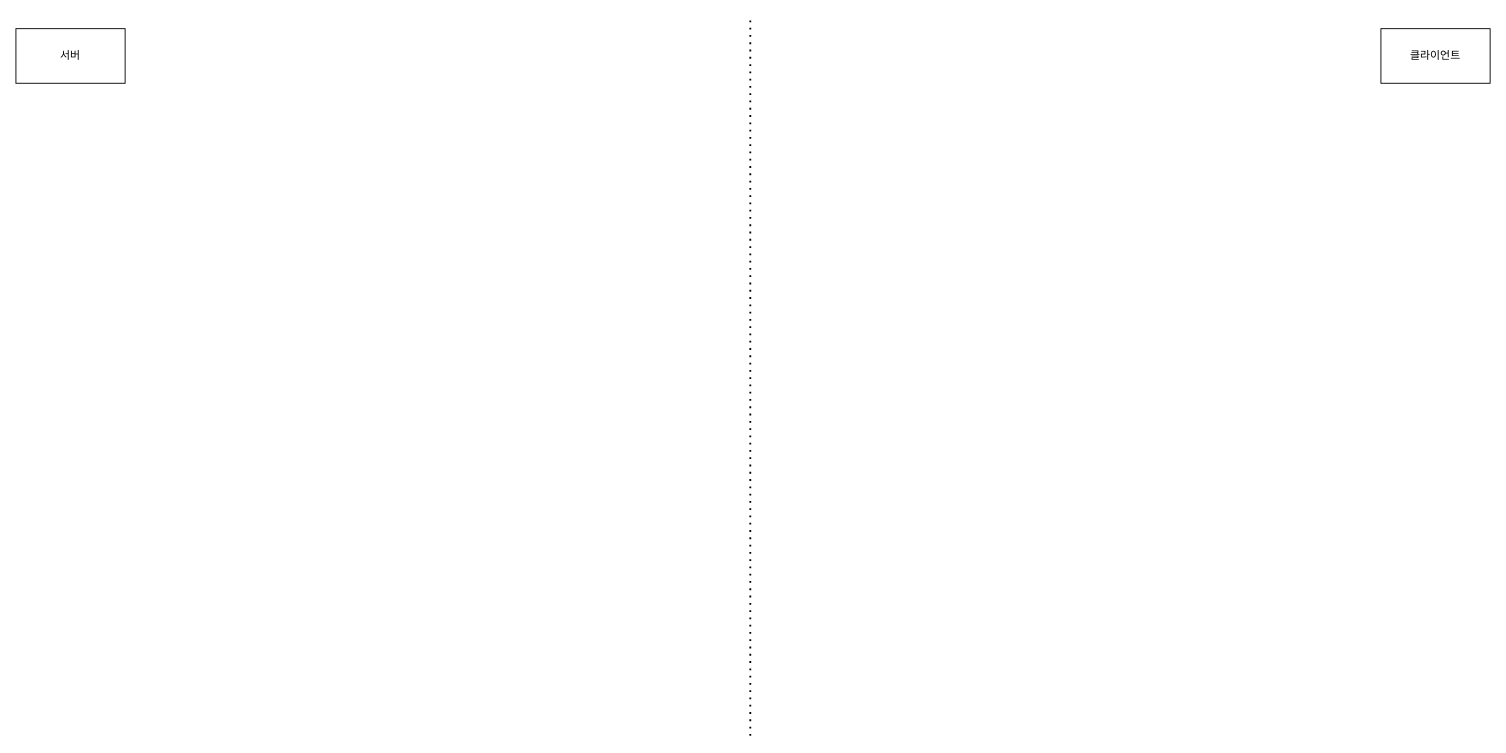
Above: Untitled Diagram.drawio in riulwoo/playyard (draw.io), before the change. Source tidied: cells renumbered, new cells numbered last; positions are measured from the earlier drawing's top-left corner, leaving out a move shared by most shapes. Both pictures are drawn from the tidied source at 91%, with x=0, y=0 at pixel (15, 16).
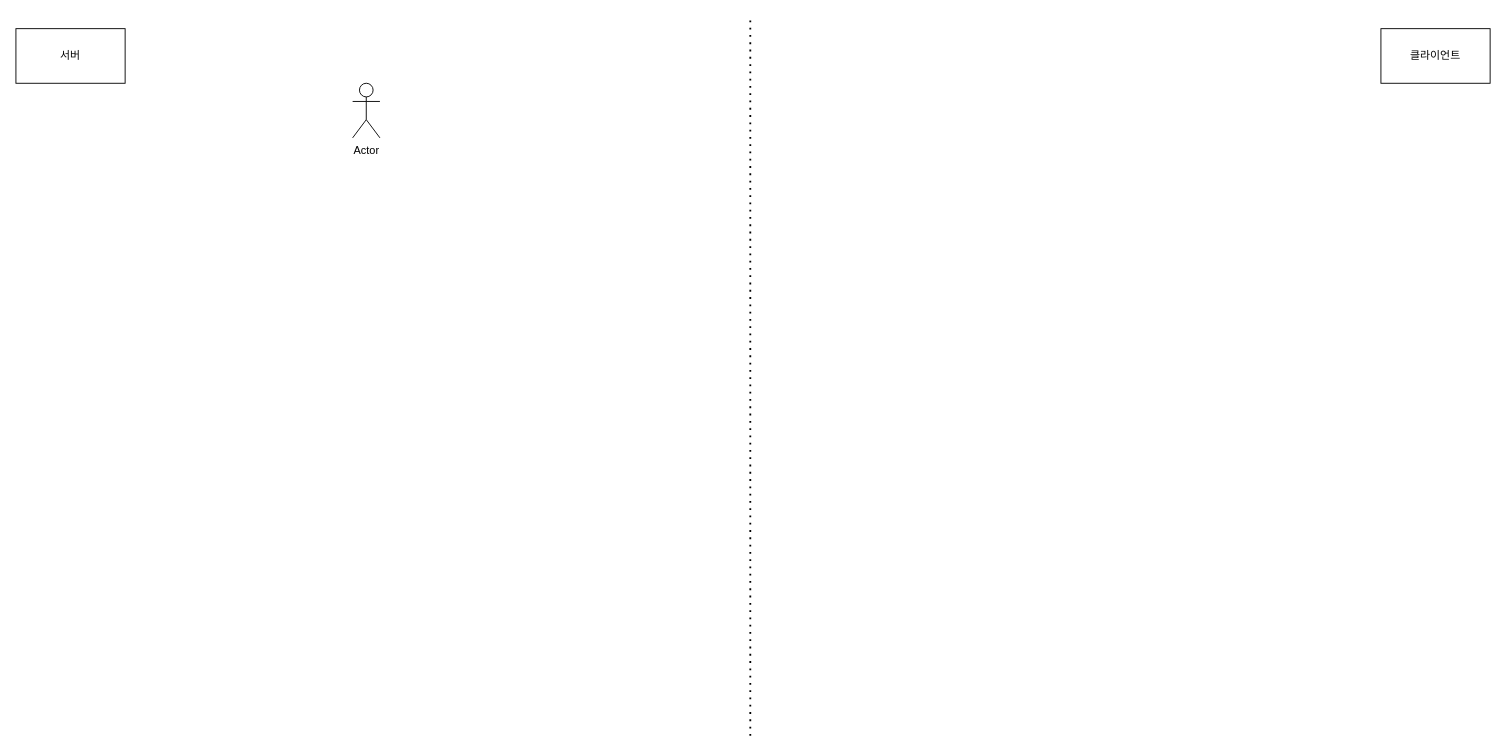
The same diagram, later.

Diff of the diagram source:
```diff
@@
 <mxGraphModel>
   <root>
     <mxCell id="0" />
     <mxCell id="1" parent="0" />
     <mxCell id="2" value="서버" style="rounded=0;whiteSpace=wrap;html=1;" parent="1" vertex="1">
       <mxGeometry y="13" width="120" height="60" as="geometry" />
     </mxCell>
     <mxCell id="3" value="클라이언트" style="rounded=0;whiteSpace=wrap;html=1;" parent="1" vertex="1">
       <mxGeometry x="1500" y="13" width="120" height="60" as="geometry" />
     </mxCell>
     <mxCell id="4" style="endArrow=none;dashed=1;html=1;dashPattern=1 3;strokeWidth=2;rounded=0;" parent="1" edge="1">
       <mxGeometry relative="1" as="geometry">
         <mxPoint x="807" y="790" as="sourcePoint" />
         <mxPoint x="807" as="targetPoint" />
       </mxGeometry>
     </mxCell>
+    <mxCell id="5" value="Actor" style="shape=umlActor;verticalLabelPosition=bottom;verticalAlign=top;html=1;" parent="1" vertex="1">
+      <mxGeometry x="370" y="73" width="30" height="60" as="geometry" />
+    </mxCell>
   </root>
 </mxGraphModel>
```
